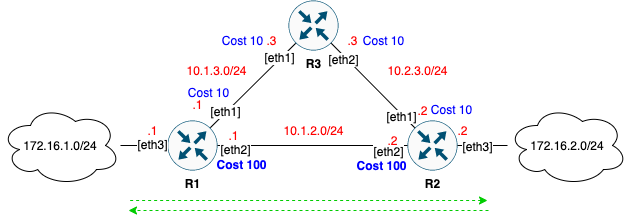
Before: lab24/diagram_sym.png, a diagram exported from draw.io (gs1571/otus-linux). Source tidied: cells renumbered, new cells last; positions are measured from the earlier drawing's top-left corner, leaving out a move shared by most shapes.
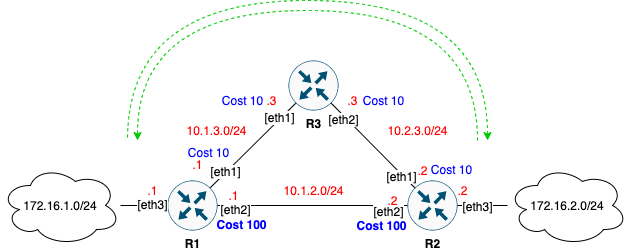
After the change.

Commit message:
lab24: fix diagram

The edit, as a diff of the source:
```diff
@@ -117,16 +117,24 @@
     <mxCell id="36" value="Cost 10" style="text;html=1;align=center;verticalAlign=middle;fontColor=#0000FF;" parent="1" vertex="1">
       <mxGeometry x="178" y="82" width="60" height="20" as="geometry" />
     </mxCell>
-    <mxCell id="37" style="endArrow=classic;html=1;fontColor=#006600;strokeColor=#00CC00;dashed=1;" parent="1" edge="1">
+    <mxCell id="37" style="endArrow=classic;html=1;fontColor=#006600;strokeColor=#00CC00;dashed=1;edgeStyle=orthogonalEdgeStyle;curved=1;" parent="1" edge="1">
       <mxGeometry relative="1" as="geometry">
-        <mxPoint x="488" y="210" as="sourcePoint" />
-        <mxPoint x="128" y="210" as="targetPoint" />
+        <mxPoint x="477" y="80" as="sourcePoint" />
+        <mxPoint x="137" y="80" as="targetPoint" />
+        <Array as="points">
+          <mxPoint x="477" y="-50" />
+          <mxPoint x="137" y="-50" />
+        </Array>
       </mxGeometry>
     </mxCell>
-    <mxCell id="38" style="endArrow=none;html=1;fontColor=#006600;strokeColor=#00CC00;dashed=1;endFill=0;startArrow=classic;startFill=1;" parent="1" edge="1">
+    <mxCell id="38" style="endArrow=none;html=1;fontColor=#006600;strokeColor=#00CC00;dashed=1;endFill=0;startArrow=classic;startFill=1;edgeStyle=orthogonalEdgeStyle;curved=1;" parent="1" edge="1">
       <mxGeometry relative="1" as="geometry">
-        <mxPoint x="487" y="200" as="sourcePoint" />
-        <mxPoint x="127" y="200" as="targetPoint" />
+        <mxPoint x="487" y="80" as="sourcePoint" />
+        <mxPoint x="127" y="80" as="targetPoint" />
+        <Array as="points">
+          <mxPoint x="487" y="-60" />
+          <mxPoint x="127" y="-60" />
+        </Array>
       </mxGeometry>
     </mxCell>
   </root>
```
